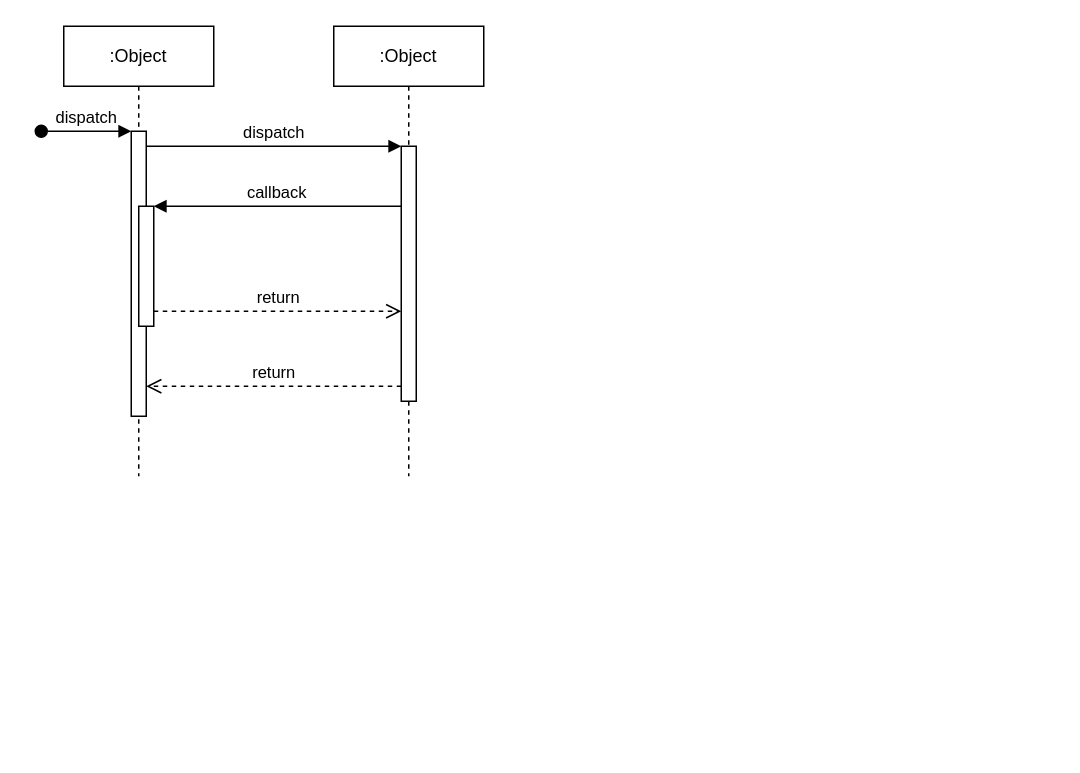
pandu-test-org/pandu-test-repo keeps this draw.io diagram as Untitled Diagram.drawio. Above is the earlier version. Source tidied: cells renumbered, new cells numbered last; positions are measured from the earlier drawing's top-left corner, leaving out a move shared by most shapes. Both pictures are drawn from the tidied source at 150%, with x=0, y=0 at pixel (40, 26).
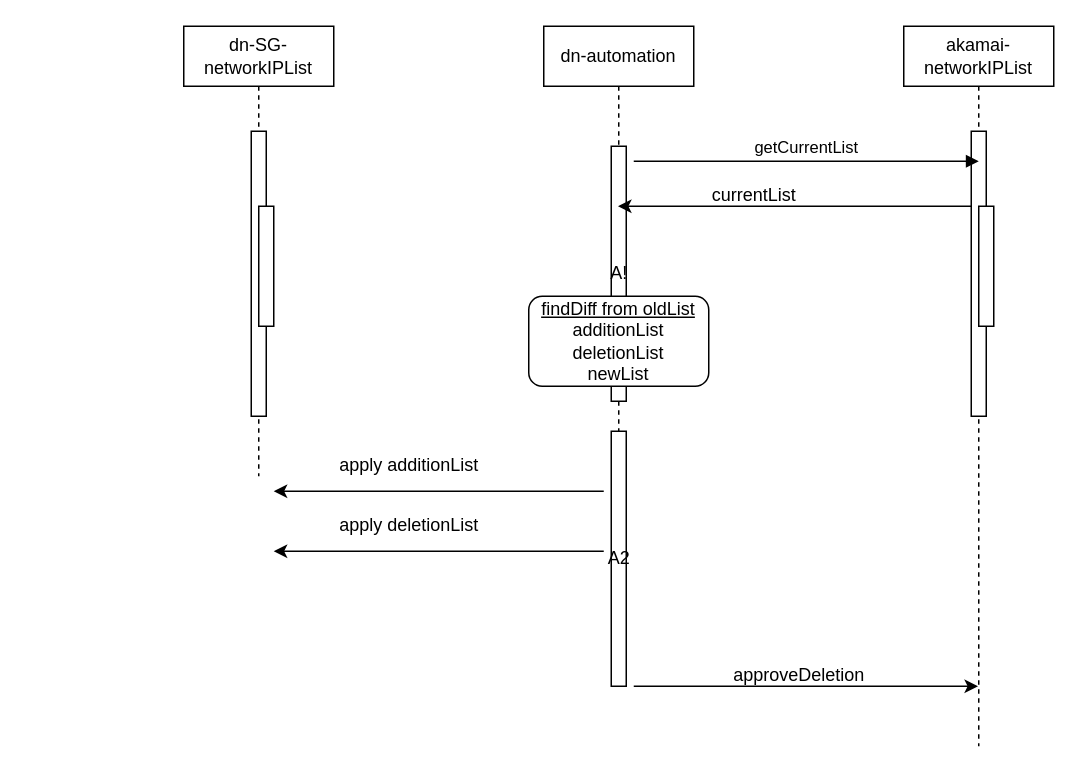
Above is the later version.

The change refers to these unchanged cells:
```xml
<mxCell id="3" style="html=1;points=[];perimeter=orthogonalPerimeter;outlineConnect=0;targetShapes=umlLifeline;portConstraint=eastwest;newEdgeStyle={&quot;edgeStyle&quot;:&quot;elbowEdgeStyle&quot;,&quot;elbow&quot;:&quot;vertical&quot;,&quot;curved&quot;:0,&quot;rounded&quot;:0};" parent="2" vertex="1">
  <mxGeometry x="45" y="70" width="10" height="190" as="geometry" />
</mxCell>
<mxCell id="5" style="html=1;points=[];perimeter=orthogonalPerimeter;outlineConnect=0;targetShapes=umlLifeline;portConstraint=eastwest;newEdgeStyle={&quot;edgeStyle&quot;:&quot;elbowEdgeStyle&quot;,&quot;elbow&quot;:&quot;vertical&quot;,&quot;curved&quot;:0,&quot;rounded&quot;:0};" parent="2" vertex="1">
  <mxGeometry x="50" y="120" width="10" height="80" as="geometry" />
</mxCell>
```

What changed in the source:
```diff
@@
-    <mxCell id="2" value=":Object" style="shape=umlLifeline;perimeter=lifelinePerimeter;whiteSpace=wrap;html=1;newEdgeStyle={&quot;edgeStyle&quot;:&quot;elbowEdgeStyle&quot;,&quot;elbow&quot;:&quot;vertical&quot;,&quot;curved&quot;:0,&quot;rounded&quot;:0};" parent="1" vertex="1">
-      <mxGeometry x="15" width="100" height="300" as="geometry" />
+    <mxCell id="2" value="dn-SG-networkIPList" style="shape=umlLifeline;perimeter=lifelinePerimeter;whiteSpace=wrap;html=1;newEdgeStyle={&quot;edgeStyle&quot;:&quot;elbowEdgeStyle&quot;,&quot;elbow&quot;:&quot;vertical&quot;,&quot;curved&quot;:0,&quot;rounded&quot;:0};" parent="1" vertex="1">
+      <mxGeometry x="95" width="100" height="300" as="geometry" />
     </mxCell>
@@
-    <mxCell id="4" value="dispatch" style="html=1;verticalAlign=bottom;startArrow=oval;endArrow=block;startSize=8;edgeStyle=elbowEdgeStyle;elbow=vertical;curved=0;rounded=0;" parent="2" edge="1" target="3">
-      <mxGeometry relative="1" as="geometry">
-        <mxPoint x="-15" y="70" as="sourcePoint" />
-      </mxGeometry>
-    </mxCell>
@@
-    <mxCell id="6" value=":Object" style="shape=umlLifeline;perimeter=lifelinePerimeter;whiteSpace=wrap;html=1;outlineConnect=0;portConstraint=eastwest;newEdgeStyle={&quot;edgeStyle&quot;:&quot;elbowEdgeStyle&quot;,&quot;elbow&quot;:&quot;vertical&quot;,&quot;curved&quot;:0,&quot;rounded&quot;:0};" parent="1" vertex="1">
-      <mxGeometry x="195" width="100" height="300" as="geometry" />
+    <mxCell id="6" value="dn-automation" style="shape=umlLifeline;perimeter=lifelinePerimeter;whiteSpace=wrap;html=1;outlineConnect=0;portConstraint=eastwest;newEdgeStyle={&quot;edgeStyle&quot;:&quot;elbowEdgeStyle&quot;,&quot;elbow&quot;:&quot;vertical&quot;,&quot;curved&quot;:0,&quot;rounded&quot;:0};" parent="1" vertex="1">
+      <mxGeometry x="335" width="100" height="300" as="geometry" />
     </mxCell>
-    <mxCell id="7" style="html=1;points=[];perimeter=orthogonalPerimeter;outlineConnect=0;targetShapes=umlLifeline;portConstraint=eastwest;newEdgeStyle={&quot;edgeStyle&quot;:&quot;elbowEdgeStyle&quot;,&quot;elbow&quot;:&quot;vertical&quot;,&quot;curved&quot;:0,&quot;rounded&quot;:0};" parent="6" vertex="1">
+    <mxCell id="7" value="A!" style="html=1;points=[];perimeter=orthogonalPerimeter;outlineConnect=0;targetShapes=umlLifeline;portConstraint=eastwest;newEdgeStyle={&quot;edgeStyle&quot;:&quot;elbowEdgeStyle&quot;,&quot;elbow&quot;:&quot;vertical&quot;,&quot;curved&quot;:0,&quot;rounded&quot;:0};" parent="6" vertex="1">
       <mxGeometry x="45" y="80" width="10" height="170" as="geometry" />
     </mxCell>
-    <mxCell id="8" value="dispatch" style="html=1;verticalAlign=bottom;endArrow=block;edgeStyle=elbowEdgeStyle;elbow=vertical;curved=0;rounded=0;" parent="1" edge="1" source="3" target="7">
-      <mxGeometry relative="1" as="geometry">
-        <Array as="points">
-          <mxPoint x="155" y="80" />
-        </Array>
-      </mxGeometry>
-    </mxCell>
-    <mxCell id="9" value="return" style="html=1;verticalAlign=bottom;endArrow=open;dashed=1;endSize=8;edgeStyle=elbowEdgeStyle;elbow=vertical;curved=0;rounded=0;" parent="1" edge="1" source="7" target="3">
-      <mxGeometry relative="1" as="geometry">
-        <Array as="points">
-          <mxPoint x="165" y="240" />
-        </Array>
-      </mxGeometry>
-    </mxCell>
-    <mxCell id="10" value="callback" style="html=1;verticalAlign=bottom;endArrow=block;edgeStyle=elbowEdgeStyle;elbow=vertical;curved=0;rounded=0;" parent="1" edge="1" source="7" target="5">
-      <mxGeometry relative="1" as="geometry">
-        <Array as="points">
-          <mxPoint x="165" y="120" />
-        </Array>
-      </mxGeometry>
-    </mxCell>
-    <mxCell id="11" value="return" style="html=1;verticalAlign=bottom;endArrow=open;dashed=1;endSize=8;edgeStyle=elbowEdgeStyle;elbow=vertical;curved=0;rounded=0;" parent="1" edge="1" source="5" target="7">
-      <mxGeometry relative="1" as="geometry">
-        <Array as="points">
-          <mxPoint x="155" y="190" />
-        </Array>
-      </mxGeometry>
-    </mxCell>
+    <mxCell id="12" value="akamai-networkIPList" style="shape=umlLifeline;perimeter=lifelinePerimeter;whiteSpace=wrap;html=1;outlineConnect=0;portConstraint=eastwest;newEdgeStyle={&quot;edgeStyle&quot;:&quot;elbowEdgeStyle&quot;,&quot;elbow&quot;:&quot;vertical&quot;,&quot;curved&quot;:0,&quot;rounded&quot;:0};" parent="1" vertex="1">
+      <mxGeometry x="575" width="100" height="480" as="geometry" />
+    </mxCell>
+    <mxCell id="13" style="html=1;points=[];perimeter=orthogonalPerimeter;outlineConnect=0;targetShapes=umlLifeline;portConstraint=eastwest;newEdgeStyle={&quot;edgeStyle&quot;:&quot;elbowEdgeStyle&quot;,&quot;elbow&quot;:&quot;vertical&quot;,&quot;curved&quot;:0,&quot;rounded&quot;:0};" parent="12" vertex="1">
+      <mxGeometry x="45" y="70" width="10" height="190" as="geometry" />
+    </mxCell>
+    <mxCell id="14" style="html=1;perimeter=orthogonalPerimeter;targetShapes=umlLifeline;newEdgeStyle={&quot;edgeStyle&quot;:&quot;elbowEdgeStyle&quot;,&quot;elbow&quot;:&quot;vertical&quot;,&quot;curved&quot;:0,&quot;rounded&quot;:0};" parent="12" vertex="1">
+      <mxGeometry x="50" y="120" width="10" height="80" as="geometry" />
+    </mxCell>
+    <mxCell id="15" value="getCurrentList" style="html=1;verticalAlign=bottom;endArrow=block;edgeStyle=elbowEdgeStyle;elbow=vertical;curved=0;rounded=0;" parent="1" edge="1">
+      <mxGeometry relative="1" as="geometry">
+        <mxPoint x="395" y="90" as="sourcePoint" />
+        <mxPoint x="625" y="90" as="targetPoint" />
+        <Array as="points">
+          <mxPoint x="400" y="90" />
+        </Array>
+      </mxGeometry>
+    </mxCell>
+    <mxCell id="16" style="endArrow=classic;html=1;rounded=0;" parent="1" edge="1" source="13" target="6">
+      <mxGeometry relative="1" as="geometry">
+        <Array as="points">
+          <mxPoint x="525" y="120" />
+        </Array>
+      </mxGeometry>
+    </mxCell>
+    <mxCell id="17" value="currentList" style="text;html=1;align=center;verticalAlign=middle;strokeColor=none;fillColor=none;" parent="1" vertex="1">
+      <mxGeometry x="435" y="98" width="80" height="30" as="geometry" />
+    </mxCell>
+    <mxCell id="18" value="&lt;u&gt;findDiff from oldList&lt;/u&gt;&lt;br&gt;additionList&lt;br&gt;deletionList&lt;br&gt;newList" style="rounded=1;whiteSpace=wrap;html=1;" parent="1" vertex="1">
+      <mxGeometry x="325" y="180" width="120" height="60" as="geometry" />
+    </mxCell>
+    <mxCell id="19" value="A2" style="html=1;perimeter=orthogonalPerimeter;targetShapes=umlLifeline;newEdgeStyle={&quot;edgeStyle&quot;:&quot;elbowEdgeStyle&quot;,&quot;elbow&quot;:&quot;vertical&quot;,&quot;curved&quot;:0,&quot;rounded&quot;:0};" parent="1" vertex="1">
+      <mxGeometry x="380" y="270" width="10" height="170" as="geometry" />
+    </mxCell>
+    <mxCell id="20" style="endArrow=classic;html=1;rounded=0;" parent="1" edge="1">
+      <mxGeometry relative="1" as="geometry">
+        <mxPoint x="375" y="310" as="sourcePoint" />
+        <mxPoint x="155" y="310" as="targetPoint" />
+      </mxGeometry>
+    </mxCell>
+    <mxCell id="21" value="apply additionList" style="text;html=1;align=center;verticalAlign=middle;strokeColor=none;fillColor=none;" parent="1" vertex="1">
+      <mxGeometry x="185" y="278" width="120" height="30" as="geometry" />
+    </mxCell>
+    <mxCell id="22" style="endArrow=classic;html=1;rounded=0;" parent="1" edge="1">
+      <mxGeometry relative="1" as="geometry">
+        <mxPoint x="375" y="350" as="sourcePoint" />
+        <mxPoint x="155" y="350" as="targetPoint" />
+      </mxGeometry>
+    </mxCell>
+    <mxCell id="23" value="apply deletionList" style="text;html=1;align=center;verticalAlign=middle;strokeColor=none;fillColor=none;" parent="1" vertex="1">
+      <mxGeometry x="185" y="318" width="120" height="30" as="geometry" />
+    </mxCell>
+    <mxCell id="24" style="endArrow=classic;html=1;rounded=0;" parent="1" edge="1" target="12">
+      <mxGeometry relative="1" as="geometry">
+        <mxPoint x="395" y="440" as="sourcePoint" />
+      </mxGeometry>
+    </mxCell>
+    <mxCell id="25" value="approveDeletion" style="text;html=1;align=center;verticalAlign=middle;strokeColor=none;fillColor=none;" parent="1" vertex="1">
+      <mxGeometry x="450" y="418" width="110" height="30" as="geometry" />
+    </mxCell>
```
